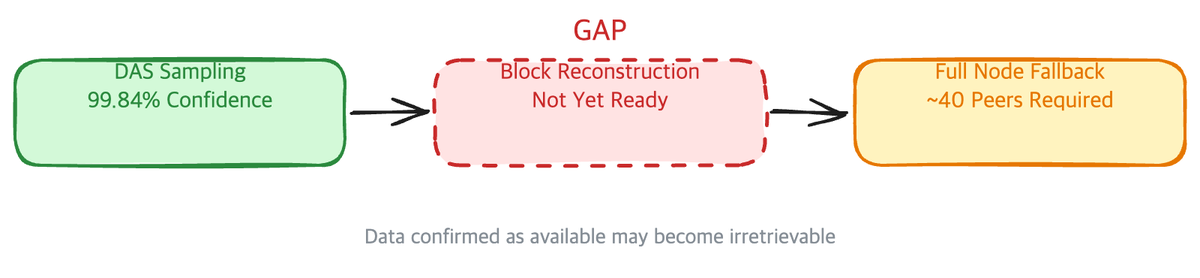
Earlier version of the Excalidraw export avail/assets/avl-p02-das-gap.png (jyo-o/bonda-docs). Source tidied: one line per element, renumbered; positions are measured from the earlier drawing's top-left corner, leaving out a move shared by most shapes.
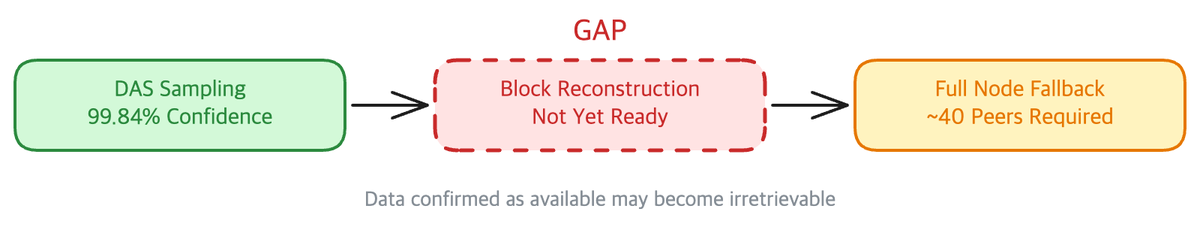
Later version of the same file.

What changed in the source:
```diff
@@ -1,10 +1,10 @@
-{"id": 0, "type": "rectangle", "strokeColor": "#2b8a3e", "backgroundColor": "#d3f9d8", "fillStyle": "solid", "strokeWidth": 2, "roughness": 1, "round": true, "x": 0, "y": 30, "width": 220, "height": 70}
+{"id": 0, "type": "rectangle", "strokeColor": "#2b8a3e", "backgroundColor": "#d3f9d8", "fillStyle": "solid", "strokeWidth": 2, "roughness": 0, "round": true, "x": 0, "y": 30, "width": 220, "height": 60}
-{"id": 1, "type": "text", "text": "DAS Sampling\n99.84% Confidence", "strokeColor": "#2b8a3e", "strokeWidth": 2, "roughness": 1, "fontSize": 15, "fontFamily": 4, "textAlign": "center", "verticalAlign": "middle", "inside": 0, "x": 0, "y": 30, "width": 220, "height": 70}
+{"id": 1, "type": "text", "text": "DAS Sampling\n99.84% Confidence", "strokeColor": "#2b8a3e", "strokeWidth": 2, "roughness": 0, "fontSize": 15, "fontFamily": 4, "textAlign": "center", "verticalAlign": "middle", "x": 27, "y": 41, "width": 167, "height": 38}
-{"id": 2, "type": "rectangle", "strokeColor": "#c92a2a", "backgroundColor": "#ffe3e3", "fillStyle": "solid", "strokeWidth": 2, "strokeStyle": "dashed", "roughness": 1, "round": true, "x": 280, "y": 30, "width": 220, "height": 70}
+{"id": 2, "type": "rectangle", "strokeColor": "#c92a2a", "backgroundColor": "#ffe3e3", "fillStyle": "solid", "strokeWidth": 2, "strokeStyle": "dashed", "roughness": 0, "round": true, "x": 280, "y": 30, "width": 220, "height": 60}
-{"id": 3, "type": "text", "text": "Block Reconstruction\nNot Yet Ready", "strokeColor": "#c92a2a", "strokeWidth": 2, "roughness": 1, "fontSize": 15, "fontFamily": 4, "textAlign": "center", "verticalAlign": "middle", "inside": 2, "x": 280, "y": 30, "width": 220, "height": 70}
+{"id": 3, "type": "text", "text": "Block Reconstruction\nNot Yet Ready", "strokeColor": "#c92a2a", "strokeWidth": 2, "roughness": 0, "fontSize": 15, "fontFamily": 4, "textAlign": "center", "verticalAlign": "middle", "x": 298, "y": 41, "width": 184, "height": 38}
-{"id": 4, "type": "rectangle", "strokeColor": "#e67700", "backgroundColor": "#fff3bf", "fillStyle": "solid", "strokeWidth": 2, "roughness": 1, "round": true, "x": 560, "y": 30, "width": 220, "height": 70}
+{"id": 4, "type": "rectangle", "strokeColor": "#e67700", "backgroundColor": "#fff3bf", "fillStyle": "solid", "strokeWidth": 2, "roughness": 0, "round": true, "x": 560, "y": 30, "width": 220, "height": 60}
-{"id": 5, "type": "text", "text": "Full Node Fallback\n~40 Peers Required", "strokeColor": "#e67700", "strokeWidth": 2, "roughness": 1, "fontSize": 15, "fontFamily": 4, "textAlign": "center", "verticalAlign": "middle", "inside": 4, "x": 560, "y": 30, "width": 220, "height": 70}
+{"id": 5, "type": "text", "text": "Full Node Fallback\n~40 Peers Required", "strokeColor": "#e67700", "strokeWidth": 2, "roughness": 0, "fontSize": 15, "fontFamily": 4, "textAlign": "center", "verticalAlign": "middle", "x": 587, "y": 41, "width": 167, "height": 38}
-{"id": 6, "type": "arrow", "strokeColor": "#1e1e1e", "strokeWidth": 2, "roughness": 1, "endArrowhead": "arrow", "round": true, "from": 0, "to": 2, "x": 225, "y": 65, "width": 50, "height": 0, "points": [[0, 0], [50, 0]]}
+{"id": 6, "type": "arrow", "strokeColor": "#1e1e1e", "strokeWidth": 2, "roughness": 0, "endArrowhead": "arrow", "round": true, "from": 0, "to": 2, "x": 225, "y": 60, "width": 50, "height": 0, "points": [[0, 0], [50, 0]]}
-{"id": 7, "type": "arrow", "strokeColor": "#1e1e1e", "strokeWidth": 2, "roughness": 1, "endArrowhead": "arrow", "round": true, "from": 2, "to": 4, "x": 505, "y": 65, "width": 50, "height": 0, "points": [[0, 0], [50, 0]]}
+{"id": 7, "type": "arrow", "strokeColor": "#1e1e1e", "strokeWidth": 2, "roughness": 0, "endArrowhead": "arrow", "round": true, "from": 2, "to": 4, "x": 505, "y": 60, "width": 50, "height": 0, "points": [[0, 0], [50, 0]]}
-{"id": 8, "type": "text", "text": "GAP", "strokeColor": "#c92a2a", "strokeWidth": 2, "roughness": 1, "fontSize": 20, "fontFamily": 4, "textAlign": "center", "verticalAlign": "middle", "x": 365, "y": 0, "width": 50, "height": 25}
+{"id": 8, "type": "text", "text": "GAP", "strokeColor": "#c92a2a", "strokeWidth": 2, "roughness": 0, "fontSize": 20, "fontFamily": 4, "textAlign": "center", "verticalAlign": "middle", "x": 365, "y": 0, "width": 50, "height": 25}
-{"id": 9, "type": "text", "text": "Data confirmed as available may become irretrievable", "strokeColor": "#868e96", "strokeWidth": 2, "roughness": 1, "fontSize": 14, "fontFamily": 4, "textAlign": "center", "verticalAlign": "middle", "x": 140, "y": 140, "width": 500, "height": 25}
+{"id": 9, "type": "text", "text": "Data confirmed as available may become irretrievable", "strokeColor": "#868e96", "strokeWidth": 2, "roughness": 0, "fontSize": 14, "fontFamily": 4, "textAlign": "center", "verticalAlign": "middle", "x": 170, "y": 115, "width": 440, "height": 18}
```
